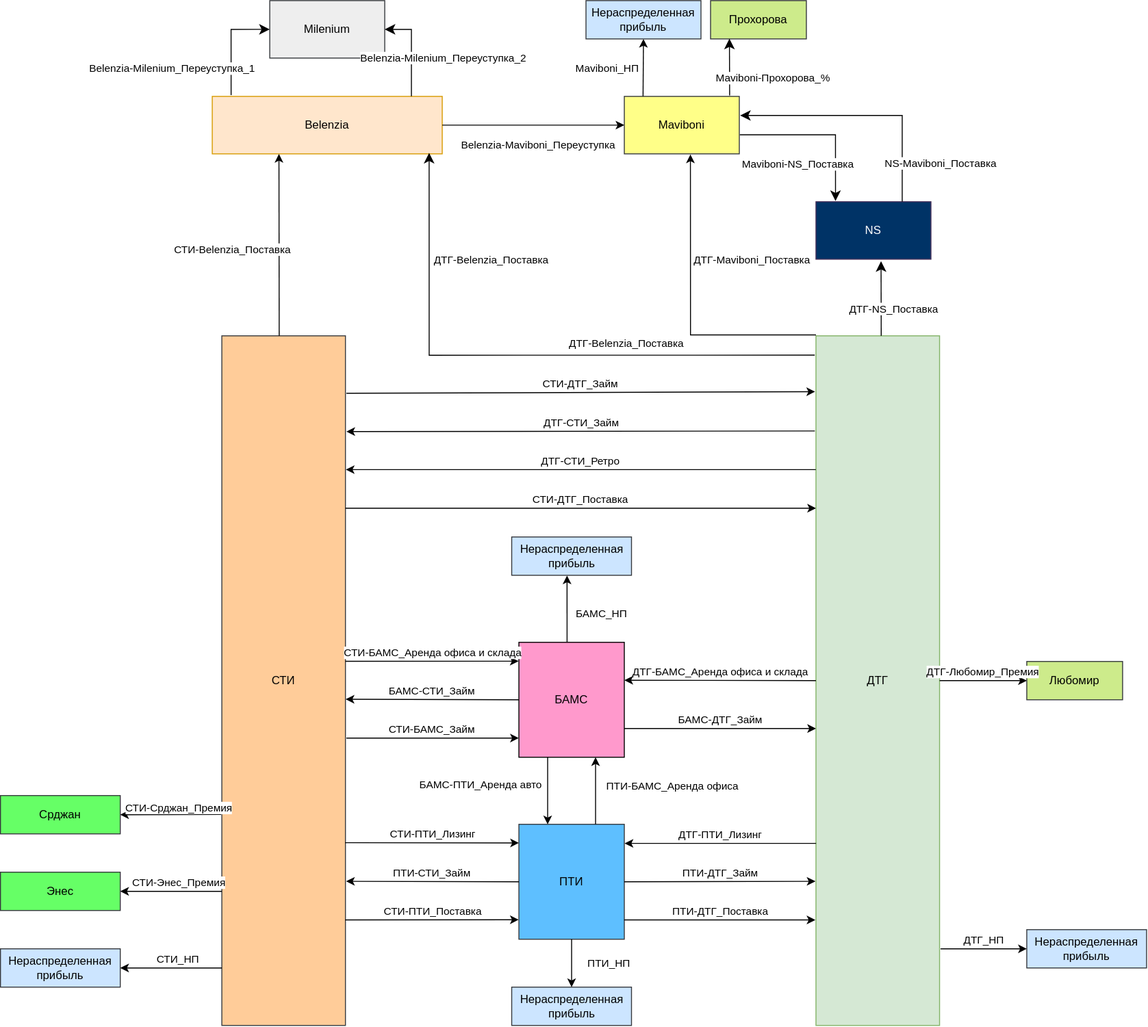
This is public/images/schemas/interactions.svg from vsk-Result/sti-oms, a draw.io export, as it was before one commit. Source tidied: cells renumbered, new cells last; positions are measured from the earlier drawing's top-left corner, leaving out a move shared by most shapes.
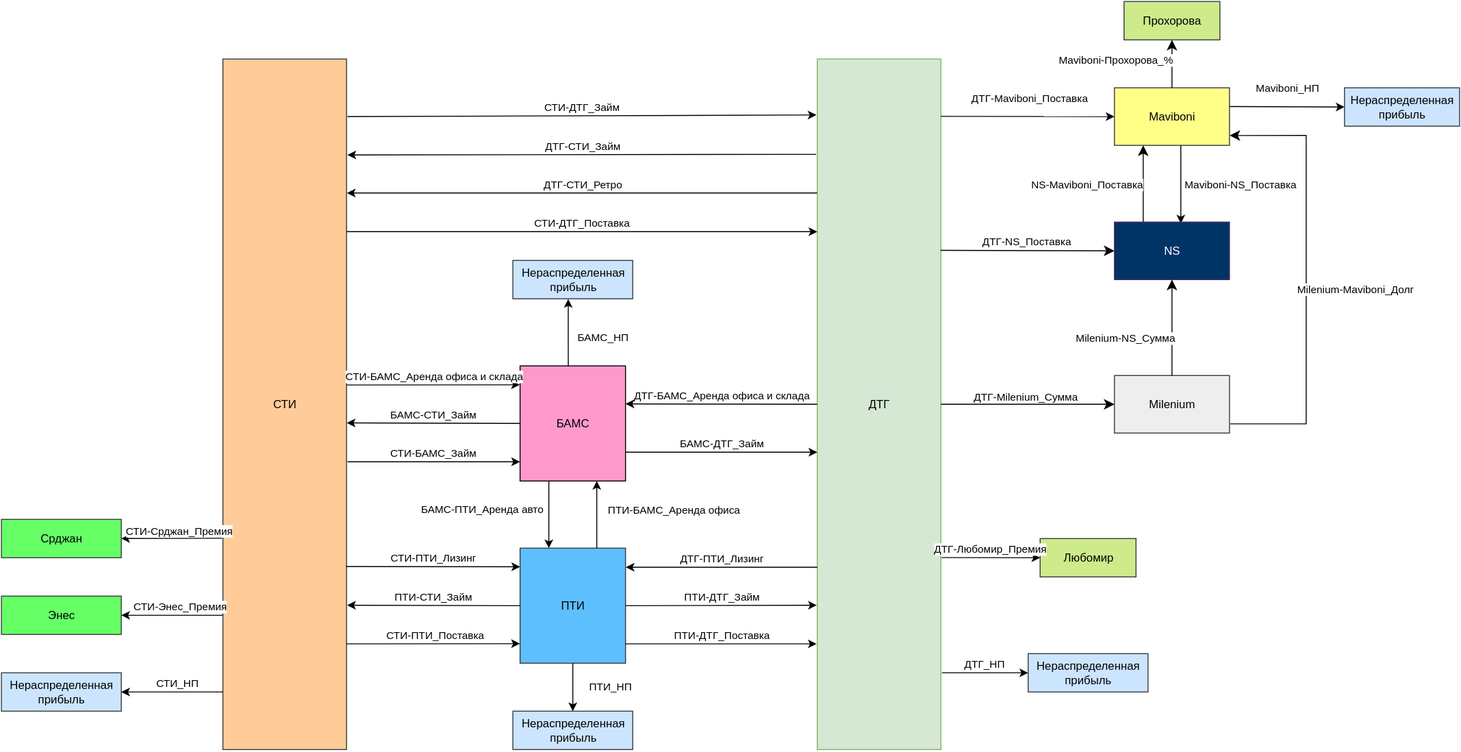
The same file after the commit.

Commit message:
add export interactions to pdf

What changed in the source:
```diff
@@ -6,9 +6,9 @@
       <mxGeometry x="851" y="350" width="129" height="720" as="geometry" />
     </mxCell>
     <mxCell id="3" value="Любомир" style="rounded=0;whiteSpace=wrap;html=1;fillColor=#cdeb8b;strokeColor=#36393d;" parent="1" vertex="1">
-      <mxGeometry x="1071" y="690" width="100" height="40" as="geometry" />
+      <mxGeometry x="1083.5" y="850" width="100" height="40" as="geometry" />
     </mxCell>
-    <mxCell id="4" value="ДТГ-Любомир_Премия" style="endArrow=classic;html=1;rounded=0;exitX=1;exitY=0.5;exitDx=0;exitDy=0;entryX=0;entryY=0.5;entryDx=0;entryDy=0;labelPosition=center;verticalLabelPosition=top;align=center;verticalAlign=bottom;" parent="1" edge="1" source="2" target="3">
+    <mxCell id="4" value="ДТГ-Любомир_Премия" style="endArrow=classic;html=1;rounded=0;exitX=1.006;exitY=0.722;exitDx=0;exitDy=0;entryX=0;entryY=0.5;entryDx=0;entryDy=0;labelPosition=center;verticalLabelPosition=top;align=center;verticalAlign=bottom;exitPerimeter=0;" parent="1" edge="1" source="2" target="3">
       <mxGeometry relative="1" as="geometry" />
     </mxCell>
     <mxCell id="5" value="Нераспределенная прибыль" style="rounded=0;whiteSpace=wrap;html=1;fillColor=#cce5ff;strokeColor=#36393d;" parent="1" vertex="1">
@@ -148,120 +148,77 @@
         <mxPoint x="361" y="410" as="sourcePoint" />
       </mxGeometry>
     </mxCell>
-    <mxCell id="41" value="Belenzia" style="rounded=0;whiteSpace=wrap;html=1;fillColor=#ffe6cc;strokeColor=#d79b00;" parent="1" vertex="1">
-      <mxGeometry x="221" y="100" width="240" height="60" as="geometry" />
-    </mxCell>
-    <mxCell id="42" style="endArrow=classic;html=1;rounded=0;exitX=0.464;exitY=0;exitDx=0;exitDy=0;entryX=0.29;entryY=1.002;entryDx=0;entryDy=0;entryPerimeter=0;exitPerimeter=0;" parent="1" edge="1" source="15" target="41">
-      <mxGeometry relative="1" as="geometry" />
-    </mxCell>
-    <mxCell id="43" value="СТИ-Belenzia_Поставка" style="edgeLabel;html=1;align=center;verticalAlign=middle;" parent="42" vertex="1">
-      <mxGeometry x="0.18" y="-1" relative="1" as="geometry">
-        <mxPoint x="-51" y="22" as="offset" />
-      </mxGeometry>
-    </mxCell>
-    <mxCell id="44" style="edgeStyle=orthogonalEdgeStyle;elbow=vertical;endArrow=classic;html=1;rounded=0;endSize=8;startSize=8;exitX=-0.01;exitY=0.028;exitDx=0;exitDy=0;exitPerimeter=0;entryX=0.943;entryY=0.983;entryDx=0;entryDy=0;entryPerimeter=0;" parent="1" edge="1" source="2" target="41">
-      <mxGeometry relative="1" as="geometry" />
-    </mxCell>
-    <mxCell id="45" value="ДТГ-Belenzia_Поставка" style="edgeLabel;html=1;align=center;verticalAlign=middle;" parent="44" vertex="1">
-      <mxGeometry x="0.06" y="-2" relative="1" as="geometry">
-        <mxPoint x="-13" y="-98" as="offset" />
-      </mxGeometry>
-    </mxCell>
-    <mxCell id="46" value="ДТГ-Belenzia_Поставка" style="edgeLabel;html=1;align=center;verticalAlign=middle;" parent="44" vertex="1">
-      <mxGeometry relative="1" as="geometry">
-        <mxPoint x="108" y="-13" as="offset" />
-      </mxGeometry>
-    </mxCell>
     <mxCell id="47" value="Maviboni" style="rounded=0;whiteSpace=wrap;html=1;fillColor=#ffff88;strokeColor=#36393d;" parent="1" vertex="1">
-      <mxGeometry x="651" y="100" width="120" height="60" as="geometry" />
+      <mxGeometry x="1161" y="380" width="120" height="60" as="geometry" />
     </mxCell>
-    <mxCell id="48" style="endArrow=classic;html=1;rounded=0;entryX=0.575;entryY=1.01;entryDx=0;entryDy=0;entryPerimeter=0;edgeStyle=orthogonalEdgeStyle;" parent="1" edge="1" target="47">
-      <mxGeometry relative="1" as="geometry">
-        <mxPoint x="851" y="349" as="sourcePoint" />
-        <Array as="points">
-          <mxPoint x="720" y="349" />
-        </Array>
-      </mxGeometry>
+    <mxCell id="48" style="endArrow=classic;html=1;rounded=0;entryX=0;entryY=0.5;entryDx=0;entryDy=0;exitX=1;exitY=0.083;exitDx=0;exitDy=0;exitPerimeter=0;" parent="1" edge="1" source="2" target="47">
+      <mxGeometry relative="1" as="geometry" />
     </mxCell>
     <mxCell id="49" value="ДТГ-Maviboni_Поставка" style="edgeLabel;html=1;align=center;verticalAlign=middle;" parent="48" vertex="1">
       <mxGeometry x="0.48" relative="1" as="geometry">
-        <mxPoint x="63" y="27" as="offset" />
+        <mxPoint x="-43" y="-20" as="offset" />
       </mxGeometry>
     </mxCell>
-    <mxCell id="50" value="NS" style="rounded=0;whiteSpace=wrap;html=1;fillColor=#003366;fontColor=#ffffff;strokeColor=#432D57;" parent="1" vertex="1">
-      <mxGeometry x="851" y="210" width="120" height="60" as="geometry" />
-    </mxCell>
-    <mxCell id="51" style="edgeStyle=segmentEdgeStyle;endArrow=classic;html=1;curved=0;rounded=0;endSize=8;startSize=8;entryX=0.566;entryY=1.036;entryDx=0;entryDy=0;entryPerimeter=0;exitX=0.528;exitY=0;exitDx=0;exitDy=0;exitPerimeter=0;" parent="1" edge="1" source="2" target="50">
+    <mxCell id="51" style="endArrow=classic;html=1;rounded=0;endSize=8;startSize=8;entryX=0;entryY=0.5;entryDx=0;entryDy=0;exitX=0.997;exitY=0.277;exitDx=0;exitDy=0;exitPerimeter=0;" parent="1" edge="1" source="2" target="50">
       <mxGeometry relative="1" as="geometry" />
     </mxCell>
     <mxCell id="52" value="ДТГ-NS_Поставка" style="edgeLabel;html=1;align=center;verticalAlign=middle;" parent="51" vertex="1">
       <mxGeometry x="0.5" relative="1" as="geometry">
-        <mxPoint x="12" y="29" as="offset" />
+        <mxPoint x="-48" y="-10" as="offset" />
       </mxGeometry>
     </mxCell>
-    <mxCell id="53" style="edgeStyle=segmentEdgeStyle;endArrow=classic;html=1;curved=0;rounded=0;endSize=8;startSize=8;exitX=1.005;exitY=0.668;exitDx=0;exitDy=0;exitPerimeter=0;entryX=0.17;entryY=-0.012;entryDx=0;entryDy=0;entryPerimeter=0;" parent="1" edge="1" source="47" target="50">
-      <mxGeometry relative="1" as="geometry" />
-    </mxCell>
-    <mxCell id="54" value="Maviboni-NS_Поставка" style="edgeLabel;html=1;align=center;verticalAlign=middle;" parent="53" vertex="1">
-      <mxGeometry x="0.39" y="-1" relative="1" as="geometry">
-        <mxPoint x="-39" y="13" as="offset" />
-      </mxGeometry>
-    </mxCell>
-    <mxCell id="55" style="edgeStyle=segmentEdgeStyle;endArrow=none;html=1;curved=0;rounded=0;endSize=8;startSize=8;startArrow=classic;startFill=1;endFill=0;exitX=1.007;exitY=0.332;exitDx=0;exitDy=0;exitPerimeter=0;entryX=0.75;entryY=0;entryDx=0;entryDy=0;" parent="1" edge="1" source="47" target="50">
-      <mxGeometry relative="1" as="geometry" />
+    <mxCell id="55" style="endArrow=none;html=1;rounded=0;endSize=8;startSize=8;startArrow=classic;startFill=1;endFill=0;exitX=1.001;exitY=0.829;exitDx=0;exitDy=0;entryX=1.006;entryY=0.84;entryDx=0;entryDy=0;edgeStyle=orthogonalEdgeStyle;exitPerimeter=0;entryPerimeter=0;" parent="1" edge="1" source="47" target="65">
+      <mxGeometry relative="1" as="geometry">
+        <Array as="points">
+          <mxPoint x="1361" y="430" />
+          <mxPoint x="1361" y="730" />
+        </Array>
+      </mxGeometry>
     </mxCell>
-    <mxCell id="56" value="NS-Maviboni_Поставка" style="edgeLabel;html=1;align=center;verticalAlign=middle;" parent="55" vertex="1">
-      <mxGeometry x="0.56" y="1" relative="1" as="geometry">
-        <mxPoint x="38" y="17" as="offset" />
-      </mxGeometry>
-    </mxCell>
     <mxCell id="57" value="Прохорова" style="rounded=0;whiteSpace=wrap;html=1;fillColor=#cdeb8b;strokeColor=#36393d;" parent="1" vertex="1">
-      <mxGeometry x="741" width="100" height="40" as="geometry" />
+      <mxGeometry x="1171" y="290" width="100" height="40" as="geometry" />
     </mxCell>
-    <mxCell id="58" style="endArrow=none;html=1;rounded=0;endSize=8;startSize=8;endFill=0;startArrow=classic;startFill=1;entryX=0.916;entryY=-0.017;entryDx=0;entryDy=0;entryPerimeter=0;exitX=0.197;exitY=0.993;exitDx=0;exitDy=0;exitPerimeter=0;" parent="1" edge="1" source="57" target="47">
-      <mxGeometry relative="1" as="geometry" />
+    <mxCell id="58" style="endArrow=none;html=1;rounded=0;endSize=8;startSize=8;endFill=0;startArrow=classic;startFill=1;entryX=0.5;entryY=0;entryDx=0;entryDy=0;" parent="1" edge="1" target="47">
+      <mxGeometry relative="1" as="geometry">
+        <mxPoint x="1221" y="330" as="sourcePoint" />
+      </mxGeometry>
     </mxCell>
     <mxCell id="59" value="Maviboni-Прохорова_%" style="edgeLabel;html=1;align=center;verticalAlign=middle;" parent="58" vertex="1">
       <mxGeometry x="-0.21" y="-1" relative="1" as="geometry">
-        <mxPoint x="45" y="17" as="offset" />
+        <mxPoint x="-59" as="offset" />
       </mxGeometry>
     </mxCell>
-    <mxCell id="60" style="rounded=0;jettySize=auto;html=1;startArrow=classic;startFill=1;endArrow=none;endFill=0;entryX=0.163;entryY=-0.001;entryDx=0;entryDy=0;entryPerimeter=0;exitX=0.5;exitY=1;exitDx=0;exitDy=0;" parent="1" edge="1" source="62" target="47">
+    <mxCell id="60" style="rounded=0;jettySize=auto;html=1;startArrow=classic;startFill=1;endArrow=none;endFill=0;entryX=1.002;entryY=0.324;entryDx=0;entryDy=0;exitX=0;exitY=0.5;exitDx=0;exitDy=0;entryPerimeter=0;" parent="1" edge="1" source="62" target="47">
       <mxGeometry relative="1" as="geometry" />
     </mxCell>
     <mxCell id="61" value="Maviboni_НП" style="edgeLabel;html=1;align=center;verticalAlign=middle;" parent="60" vertex="1">
       <mxGeometry x="0.15" relative="1" as="geometry">
-        <mxPoint x="-39" y="-4" as="offset" />
+        <mxPoint x="9" y="-20" as="offset" />
       </mxGeometry>
     </mxCell>
     <mxCell id="62" value="Нераспределенная прибыль" style="rounded=0;whiteSpace=wrap;html=1;fillColor=#cce5ff;strokeColor=#36393d;" parent="1" vertex="1">
-      <mxGeometry x="611" width="120" height="40" as="geometry" />
+      <mxGeometry x="1401" y="380" width="120" height="40" as="geometry" />
     </mxCell>
-    <mxCell id="63" style="endArrow=classic;html=1;rounded=0;exitX=1;exitY=0.5;exitDx=0;exitDy=0;entryX=0;entryY=0.5;entryDx=0;entryDy=0;" parent="1" edge="1" source="41" target="47">
-      <mxGeometry relative="1" as="geometry" />
-    </mxCell>
-    <mxCell id="64" value="Belenzia-Maviboni_Переуступка" style="edgeLabel;html=1;align=center;verticalAlign=middle;" parent="63" vertex="1">
-      <mxGeometry x="-0.09" y="1" relative="1" as="geometry">
-        <mxPoint x="14" y="21" as="offset" />
-      </mxGeometry>
-    </mxCell>
+    <mxCell id="72" style="edgeStyle=orthogonalEdgeStyle;rounded=0;jettySize=auto;html=1;entryX=0.577;entryY=0.023;entryDx=0;entryDy=0;entryPerimeter=0;exitX=0.577;exitY=0.999;exitDx=0;exitDy=0;exitPerimeter=0;" parent="1" edge="1" source="47" target="50">
+      <mxGeometry relative="1" as="geometry" />
+    </mxCell>
+    <mxCell id="54" value="Maviboni-NS_Поставка" style="edgeLabel;html=1;align=center;verticalAlign=middle;" parent="72" vertex="1">
+      <mxGeometry x="-0.06" y="1" relative="1" as="geometry">
+        <mxPoint x="60" y="2" as="offset" />
+      </mxGeometry>
+    </mxCell>
     <mxCell id="65" value="Milenium" style="rounded=0;whiteSpace=wrap;html=1;fillColor=#eeeeee;strokeColor=#36393d;" parent="1" vertex="1">
-      <mxGeometry x="281" width="120" height="60" as="geometry" />
+      <mxGeometry x="1161" y="680" width="120" height="60" as="geometry" />
     </mxCell>
-    <mxCell id="66" style="edgeStyle=segmentEdgeStyle;endArrow=none;html=1;curved=0;rounded=0;endSize=8;startSize=8;endFill=0;startArrow=classic;startFill=1;exitX=0;exitY=0.5;exitDx=0;exitDy=0;entryX=0.082;entryY=-0.021;entryDx=0;entryDy=0;entryPerimeter=0;" parent="1" edge="1" source="65" target="41">
+    <mxCell id="66" style="endArrow=none;html=1;rounded=0;endSize=8;startSize=8;endFill=0;startArrow=classic;startFill=1;exitX=0.5;exitY=1;exitDx=0;exitDy=0;entryX=0.5;entryY=0;entryDx=0;entryDy=0;" parent="1" edge="1" source="50" target="65">
       <mxGeometry relative="1" as="geometry" />
     </mxCell>
-    <mxCell id="67" value="Belenzia-Milenium_Переуступка_1" style="edgeLabel;html=1;align=center;verticalAlign=middle;" parent="66" vertex="1">
-      <mxGeometry x="-0.21" y="-1" relative="1" as="geometry">
-        <mxPoint x="-62" y="37" as="offset" />
-      </mxGeometry>
-    </mxCell>
-    <mxCell id="68" style="edgeStyle=segmentEdgeStyle;endArrow=none;html=1;curved=0;rounded=0;endSize=8;startSize=8;endFill=0;startArrow=classic;startFill=1;exitX=1;exitY=0.5;exitDx=0;exitDy=0;entryX=0.866;entryY=0;entryDx=0;entryDy=0;entryPerimeter=0;" parent="1" edge="1" source="65" target="41">
+    <mxCell id="68" style="endArrow=none;html=1;rounded=0;endSize=8;startSize=8;endFill=0;startArrow=classic;startFill=1;exitX=0;exitY=0.5;exitDx=0;exitDy=0;entryX=1;entryY=0.5;entryDx=0;entryDy=0;" parent="1" edge="1" source="65" target="2">
       <mxGeometry relative="1" as="geometry" />
     </mxCell>
-    <mxCell id="69" value="Belenzia-Milenium_Переуступка_2" style="edgeLabel;html=1;align=center;verticalAlign=middle;" parent="68" vertex="1">
+    <mxCell id="69" value="ДТГ-Milenium_Сумма" style="edgeLabel;html=1;align=center;verticalAlign=bottom;" parent="68" vertex="1">
       <mxGeometry x="-0.21" y="-1" relative="1" as="geometry">
-        <mxPoint x="33" y="19" as="offset" />
+        <mxPoint x="-22" y="1" as="offset" />
       </mxGeometry>
     </mxCell>
     <mxCell id="70" value="СТИ-БАМС_Займ" style="endArrow=classic;html=1;rounded=0;labelPosition=center;verticalLabelPosition=top;align=center;verticalAlign=bottom;entryX=-0.001;entryY=0.833;entryDx=0;entryDy=0;entryPerimeter=0;" parent="1" edge="1" target="28">
@@ -275,5 +232,24 @@
         <mxPoint x="571" y="860" as="targetPoint" />
       </mxGeometry>
     </mxCell>
+    <mxCell id="73" value="Milenium-NS_Сумма" style="edgeLabel;html=1;align=center;verticalAlign=middle;" parent="1" vertex="1">
+      <mxGeometry x="1171" y="640" as="geometry" />
+    </mxCell>
+    <mxCell id="74" style="endArrow=none;html=1;rounded=0;endSize=8;startSize=8;endFill=0;startArrow=classic;startFill=1;exitX=0.25;exitY=1;exitDx=0;exitDy=0;entryX=0.25;entryY=0;entryDx=0;entryDy=0;" parent="1" edge="1" source="47" target="50">
+      <mxGeometry relative="1" as="geometry" />
+    </mxCell>
+    <mxCell id="75" value="Milenium-Maviboni_Долг" style="edgeLabel;html=1;align=center;verticalAlign=middle;" parent="74" vertex="1">
+      <mxGeometry x="-0.21" y="-1" relative="1" as="geometry">
+        <mxPoint x="221" y="118" as="offset" />
+      </mxGeometry>
+    </mxCell>
+    <mxCell id="56" value="NS-Maviboni_Поставка" style="edgeLabel;html=1;align=center;verticalAlign=middle;" parent="74" vertex="1">
+      <mxGeometry relative="1" as="geometry">
+        <mxPoint x="-60" as="offset" />
+      </mxGeometry>
+    </mxCell>
+    <mxCell id="50" value="NS" style="rounded=0;whiteSpace=wrap;html=1;fillColor=#003366;fontColor=#ffffff;strokeColor=#432D57;" parent="1" vertex="1">
+      <mxGeometry x="1161" y="520" width="120" height="60" as="geometry" />
+    </mxCell>
   </root>
 </mxGraphModel>
```
